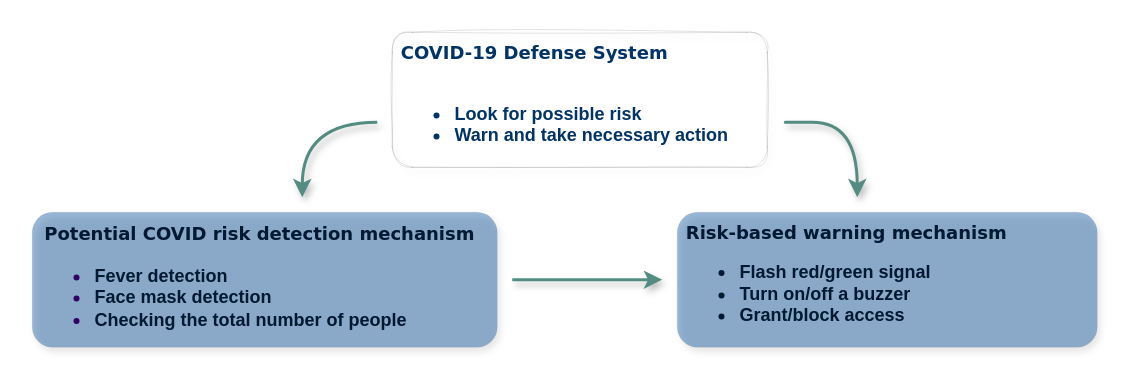
JSrabonee/COVID_paper_diagrams keeps this draw.io diagram as Untitled Diagram.drawio. Above is the earlier version. Source tidied: cells renumbered, new cells numbered last; positions are measured from the earlier drawing's top-left corner, leaving out a move shared by most shapes. Both pictures are drawn from the tidied source at 150%, with x=0, y=0 at pixel (32, 32).
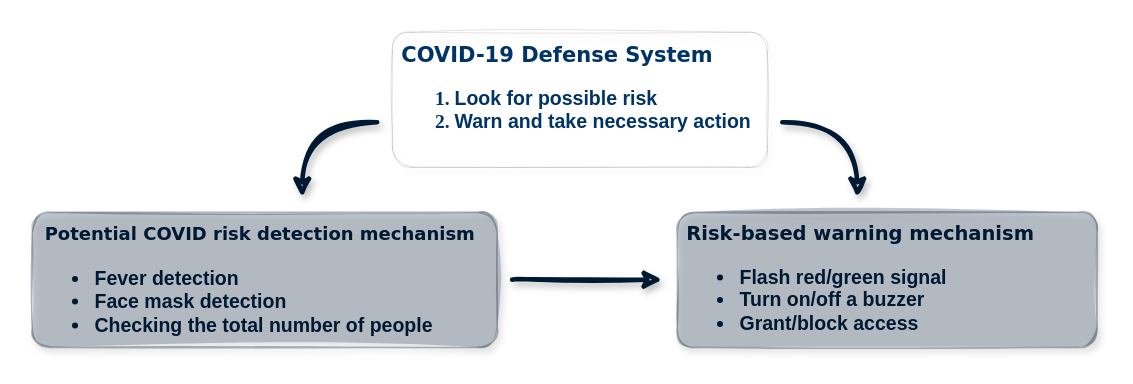
After the change.

Change to the diagram source:
```diff
@@
 <mxGraphModel>
   <root>
     <mxCell id="0" />
     <mxCell id="1" parent="0" />
-    <mxCell id="2" value="&lt;font color=&quot;#003366&quot;&gt;&lt;font face=&quot;Verdana&quot;&gt;&amp;nbsp;COVID-19 Defense System&lt;/font&gt;&lt;br&gt;&lt;br&gt;&lt;ul&gt;&lt;li&gt;&lt;font color=&quot;#003366&quot;&gt;&lt;font face=&quot;Helvetica&quot;&gt;Look for possible risk&lt;/font&gt;&lt;/font&gt;&lt;/li&gt;&lt;li&gt;&lt;font face=&quot;Helvetica&quot;&gt;Warn and take necessary action&lt;/font&gt;&lt;/li&gt;&lt;/ul&gt;&lt;/font&gt;" style="rounded=1;shadow=1;glass=0;labelBackgroundColor=none;sketch=1;fontFamily=Times New Roman;fillColor=#9AC7BF;align=left;strokeWidth=0;opacity=80;fontStyle=1;fontColor=#330066;labelBorderColor=none;html=1;whiteSpace=wrap;verticalAlign=top;" parent="1" vertex="1">
+    <mxCell id="2" value="&lt;font color=&quot;#003366&quot; style=&quot;font-size: 13px&quot;&gt;&lt;font face=&quot;Verdana&quot;&gt;&lt;span style=&quot;font-size: 13px&quot;&gt;&amp;nbsp;&lt;/span&gt;&lt;font style=&quot;font-size: 14px&quot;&gt;COVID-19 Defense System&lt;/font&gt;&lt;/font&gt;&lt;br&gt;&lt;ol&gt;&lt;li&gt;&lt;span style=&quot;font-family: &amp;#34;helvetica&amp;#34; ; color: rgb(0 , 51 , 102)&quot;&gt;Look for possible risk&lt;/span&gt;&lt;/li&gt;&lt;li&gt;&lt;span style=&quot;font-family: &amp;#34;helvetica&amp;#34; ; color: rgb(0 , 51 , 102)&quot;&gt;Warn and take necessary action&lt;/span&gt;&lt;/li&gt;&lt;/ol&gt;&lt;/font&gt;" style="rounded=1;shadow=1;glass=0;labelBackgroundColor=none;sketch=1;fontFamily=Times New Roman;fillColor=#9AC7BF;align=left;strokeWidth=0;opacity=80;fontStyle=1;fontColor=#330066;labelBorderColor=none;html=1;whiteSpace=wrap;verticalAlign=top;" parent="1" vertex="1">
       <mxGeometry x="240" width="250" height="90" as="geometry" />
     </mxCell>
-    <mxCell id="3" value="&lt;font color=&quot;#e6e6e6&quot;&gt;&amp;nbsp;&lt;/font&gt;&lt;font style=&quot;font-size: 12px&quot;&gt; &lt;font color=&quot;#001933&quot;&gt;&lt;font face=&quot;Verdana&quot; style=&quot;font-size: 12px&quot;&gt;Potential COVID risk detection mechanism&lt;/font&gt;&lt;br&gt;&lt;/font&gt;&lt;ul&gt;&lt;li&gt;&lt;font style=&quot;font-size: 12px&quot; color=&quot;#001933&quot;&gt;&lt;span style=&quot;font-family: &amp;#34;helvetica&amp;#34;&quot;&gt;Fever detection&lt;/span&gt;&lt;/font&gt;&lt;/li&gt;&lt;li&gt;&lt;font style=&quot;font-size: 12px&quot; color=&quot;#001933&quot;&gt;&lt;span style=&quot;font-family: &amp;#34;helvetica&amp;#34;&quot;&gt;Face mask detection&lt;/span&gt;&lt;/font&gt;&lt;/li&gt;&lt;li&gt;&lt;font style=&quot;font-size: 12px&quot;&gt;&lt;span style=&quot;font-family: &amp;#34;helvetica&amp;#34;&quot;&gt;&lt;font color=&quot;#001933&quot;&gt;Checking the total number of people&lt;/font&gt;&lt;font color=&quot;#e6e6e6&quot;&gt;&amp;nbsp;&lt;/font&gt;&lt;/span&gt;&lt;/font&gt;&lt;/li&gt;&lt;/ul&gt;&lt;/font&gt;" style="rounded=1;whiteSpace=wrap;html=1;shadow=1;glass=0;labelBackgroundColor=none;labelBorderColor=none;sketch=0;fontFamily=Times New Roman;fontColor=#330066;strokeWidth=0;fillColor=#004C99;gradientColor=none;align=left;opacity=40;fontStyle=1;fontSize=14;verticalAlign=top;" parent="1" vertex="1">
+    <mxCell id="3" value="&lt;font color=&quot;#e6e6e6&quot;&gt;&amp;nbsp;&lt;/font&gt;&lt;font style=&quot;font-size: 13px&quot;&gt; &lt;font color=&quot;#001933&quot;&gt;&lt;font face=&quot;Verdana&quot; style=&quot;font-size: 12px&quot;&gt;Potential COVID risk detection mechanism&lt;/font&gt;&lt;br&gt;&lt;ul&gt;&lt;li&gt;&lt;font style=&quot;font-size: 13px&quot;&gt;&lt;span style=&quot;font-family: &amp;#34;helvetica&amp;#34; ; color: rgb(0 , 25 , 51)&quot;&gt;Fever detection&lt;/span&gt;&lt;/font&gt;&lt;/li&gt;&lt;li&gt;&lt;font style=&quot;font-size: 13px&quot;&gt;&lt;span style=&quot;font-family: &amp;#34;helvetica&amp;#34; ; color: rgb(0 , 25 , 51)&quot;&gt;Face mask detection&lt;/span&gt;&lt;/font&gt;&lt;/li&gt;&lt;li&gt;&lt;font style=&quot;font-size: 13px&quot;&gt;&lt;font color=&quot;#001933&quot; style=&quot;font-family: &amp;#34;helvetica&amp;#34;&quot;&gt;Checking the total number of people&lt;/font&gt;&lt;font color=&quot;#e6e6e6&quot; style=&quot;font-family: &amp;#34;helvetica&amp;#34;&quot;&gt;&amp;nbsp;&lt;/font&gt;&lt;/font&gt;&lt;/li&gt;&lt;/ul&gt;&lt;/font&gt;&lt;/font&gt;" style="rounded=1;whiteSpace=wrap;html=1;shadow=1;glass=0;labelBackgroundColor=none;labelBorderColor=none;sketch=1;fontFamily=Times New Roman;fontColor=#ffffff;strokeWidth=1;fillColor=#647687;align=left;fontStyle=1;fontSize=14;verticalAlign=top;strokeColor=#314354;opacity=40;fillStyle=solid;" parent="1" vertex="1">
       <mxGeometry y="120" width="310" height="90" as="geometry" />
     </mxCell>
-    <mxCell id="4" style="endArrow=classic;html=1;fontFamily=Helvetica;fontSize=12;fontColor=#E5CCFF;edgeStyle=orthogonalEdgeStyle;verticalAlign=middle;curved=1;endFill=1;strokeColor=#548C82;strokeWidth=2;shadow=1;sketch=0;" parent="1" edge="1">
+    <mxCell id="4" style="endArrow=classic;html=1;fontFamily=Helvetica;fontSize=12;fontColor=#E5CCFF;edgeStyle=orthogonalEdgeStyle;verticalAlign=middle;curved=1;endFill=1;strokeColor=#001933;strokeWidth=3;shadow=1;sketch=1;" parent="1" edge="1">
       <mxGeometry relative="1" as="geometry">
         <mxPoint x="230" y="60" as="sourcePoint" />
         <mxPoint x="180" y="110" as="targetPoint" />
         <Array as="points">
           <mxPoint x="180" y="60" />
           <mxPoint x="230" y="110" />
         </Array>
       </mxGeometry>
     </mxCell>
-    <mxCell id="5" value="&lt;font color=&quot;#001933&quot;&gt;&lt;font face=&quot;Verdana&quot; style=&quot;font-weight: bold&quot;&gt;&amp;nbsp;Risk-based warning mechanism&lt;/font&gt;&lt;br&gt;&lt;ul&gt;&lt;li&gt;&lt;b&gt;&lt;font color=&quot;#001933&quot;&gt;Flash red/green signal&lt;/font&gt;&lt;/b&gt;&lt;/li&gt;&lt;li&gt;&lt;b&gt;&lt;font color=&quot;#001933&quot;&gt;Turn on/off a buzzer&lt;/font&gt;&lt;/b&gt;&lt;/li&gt;&lt;li&gt;&lt;b&gt;&lt;font color=&quot;#001933&quot;&gt;Grant/block access&lt;/font&gt;&lt;/b&gt;&lt;/li&gt;&lt;/ul&gt;&lt;/font&gt;" style="rounded=1;whiteSpace=wrap;html=1;shadow=1;glass=0;labelBackgroundColor=none;labelBorderColor=none;sketch=0;fontFamily=Helvetica;fontSize=12;fontColor=#E5CCFF;strokeWidth=0;fillColor=#004C99;gradientColor=none;align=left;verticalAlign=top;opacity=40;" parent="1" vertex="1">
+    <mxCell id="5" value="&lt;font color=&quot;#001933&quot; style=&quot;font-size: 13px&quot;&gt;&lt;font face=&quot;Verdana&quot; style=&quot;font-weight: bold&quot;&gt;&amp;nbsp;&lt;font style=&quot;font-size: 13px&quot;&gt;Risk-based warning mechanism&lt;/font&gt;&lt;/font&gt;&lt;br&gt;&lt;ul&gt;&lt;li&gt;&lt;b&gt;&lt;font color=&quot;#001933&quot; style=&quot;font-size: 13px&quot;&gt;Flash red/green signal&lt;/font&gt;&lt;/b&gt;&lt;/li&gt;&lt;li&gt;&lt;b&gt;&lt;font color=&quot;#001933&quot; style=&quot;font-size: 13px&quot;&gt;Turn on/off a buzzer&lt;/font&gt;&lt;/b&gt;&lt;/li&gt;&lt;li&gt;&lt;b&gt;&lt;font color=&quot;#001933&quot; style=&quot;font-size: 13px&quot;&gt;Grant/block access&lt;/font&gt;&lt;/b&gt;&lt;/li&gt;&lt;/ul&gt;&lt;/font&gt;" style="rounded=1;whiteSpace=wrap;html=1;shadow=1;glass=0;labelBackgroundColor=none;labelBorderColor=none;sketch=1;fontFamily=Helvetica;fontSize=12;fontColor=#ffffff;strokeWidth=1;fillColor=#647687;align=left;verticalAlign=top;strokeColor=#314354;opacity=40;fillStyle=solid;" parent="1" vertex="1">
       <mxGeometry x="430" y="120" width="280" height="90" as="geometry" />
     </mxCell>
-    <mxCell id="6" style="endArrow=classic;html=1;fontFamily=Helvetica;fontSize=12;fontColor=#E5CCFF;edgeStyle=orthogonalEdgeStyle;verticalAlign=middle;curved=1;endFill=1;strokeColor=#548C82;strokeWidth=2;shadow=1;sketch=0;" parent="1" edge="1">
+    <mxCell id="6" style="endArrow=classic;html=1;fontFamily=Helvetica;fontSize=12;fontColor=#E5CCFF;edgeStyle=orthogonalEdgeStyle;verticalAlign=middle;curved=1;endFill=1;strokeColor=#001933;strokeWidth=3;shadow=1;sketch=1;" parent="1" edge="1">
       <mxGeometry relative="1" as="geometry">
-        <mxPoint x="510" y="60" as="sourcePoint" />
+        <mxPoint x="500" y="60" as="sourcePoint" />
         <mxPoint x="550" y="110" as="targetPoint" />
         <Array as="points">
-          <mxPoint x="490" y="60" />
           <mxPoint x="550" y="60" />
         </Array>
       </mxGeometry>
     </mxCell>
-    <mxCell id="7" style="endArrow=classic;startArrow=none;html=1;shadow=1;sketch=0;fontFamily=Helvetica;fontSize=12;fontColor=#E5CCFF;strokeColor=#548C82;strokeWidth=2;verticalAlign=middle;edgeStyle=orthogonalEdgeStyle;curved=1;startFill=0;" parent="1" edge="1">
+    <mxCell id="7" style="endArrow=classic;startArrow=none;html=1;shadow=1;sketch=1;fontFamily=Helvetica;fontSize=12;fontColor=#E5CCFF;strokeColor=#001933;strokeWidth=3;verticalAlign=middle;edgeStyle=orthogonalEdgeStyle;curved=1;startFill=0;" parent="1" edge="1">
       <mxGeometry relative="1" as="geometry">
         <mxPoint x="320" y="165" as="sourcePoint" />
         <mxPoint x="420" y="165" as="targetPoint" />
       </mxGeometry>
     </mxCell>
   </root>
 </mxGraphModel>
```
